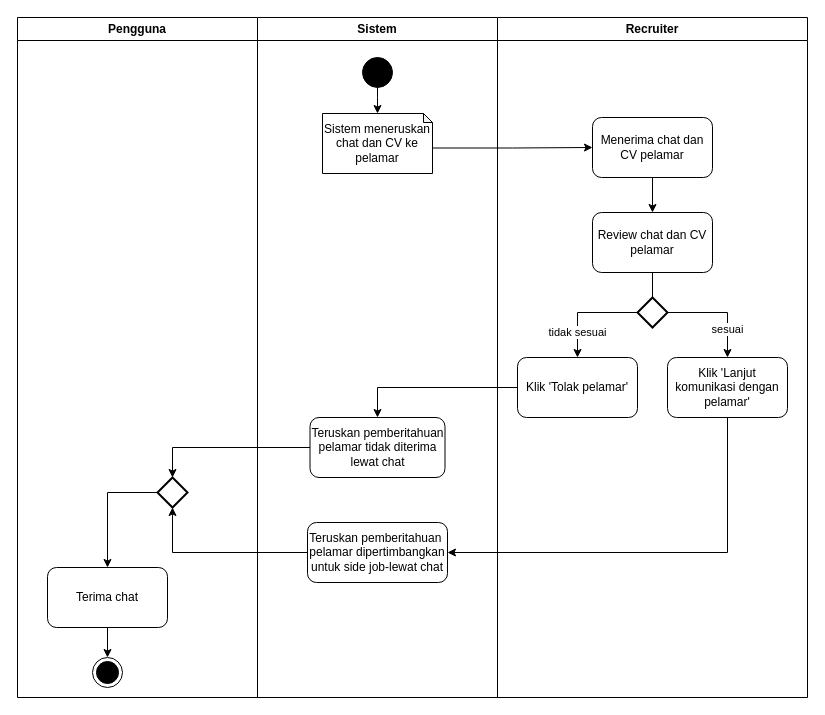
alvina893/drafts-- keeps this draw.io diagram as page "Page-5" (5 of 5) of Untitled Diagram.drawio. Above is the earlier version. Source tidied: cells renumbered, new cells numbered last; positions are measured from the earlier drawing's top-left corner, leaving out a move shared by most shapes. Both pictures are drawn from the tidied source at 100%, with x=0, y=0 at pixel (17, 17).
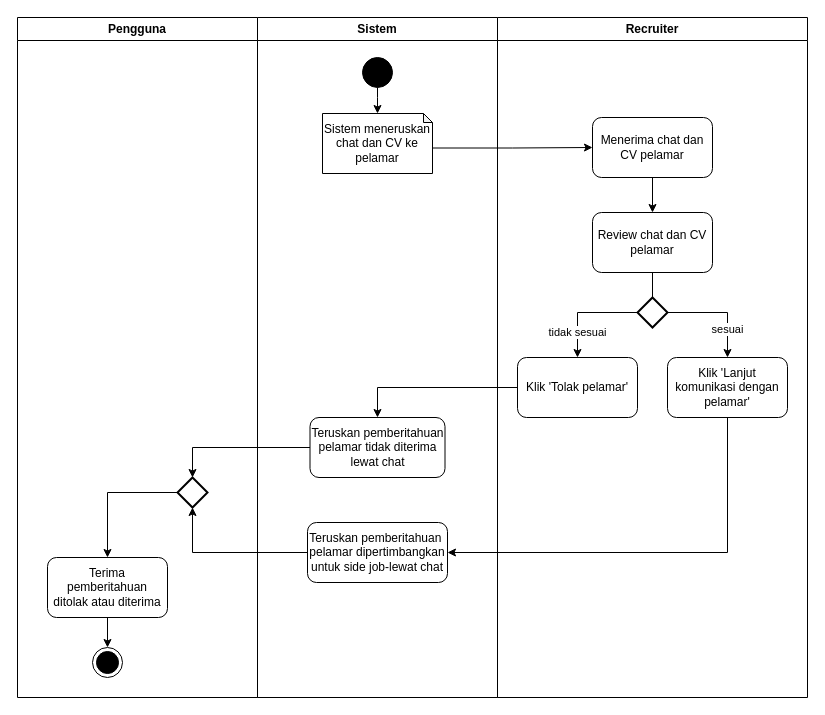
The same diagram, later.

The change refers to these unchanged cells:
```xml
<mxCell id="23" value="Pengguna" style="swimlane;whiteSpace=wrap;html=1;startSize=23;" parent="1" vertex="1">
  <mxGeometry width="240" height="680" as="geometry" />
</mxCell>
```

Change to the diagram source:
```diff
@@
-    <mxCell id="24" value="Terima chat" style="rounded=1;whiteSpace=wrap;html=1;" parent="23" vertex="1">
-      <mxGeometry x="30" y="550" width="120" height="60" as="geometry" />
+    <mxCell id="24" value="Terima pemberitahuan ditolak atau diterima" style="rounded=1;whiteSpace=wrap;html=1;" parent="23" vertex="1">
+      <mxGeometry x="30" y="540" width="120" height="60" as="geometry" />
     </mxCell>
@@
     <mxCell id="26" style="strokeWidth=2;html=1;shape=mxgraph.flowchart.decision;whiteSpace=wrap;" parent="23" vertex="1">
-      <mxGeometry x="140" y="460" width="30" height="30" as="geometry" />
+      <mxGeometry x="160" y="460" width="30" height="30" as="geometry" />
     </mxCell>
     <mxCell id="27" style="ellipse;html=1;shape=endState;fillColor=strokeColor;" parent="23" vertex="1">
-      <mxGeometry x="75" y="640" width="30" height="30" as="geometry" />
+      <mxGeometry x="75" y="630" width="30" height="30" as="geometry" />
     </mxCell>
```
